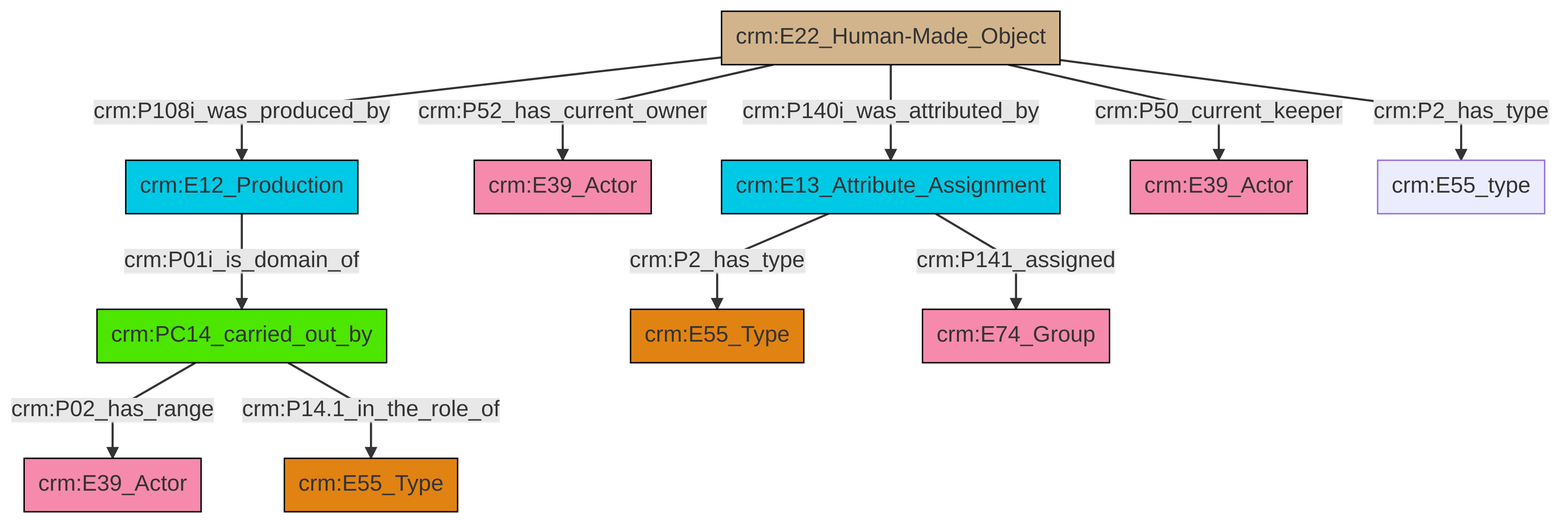
Above: et/artworkCSV/ttl/mmd/png/Artwork_Actor_Relations.png in swiss-art-research-net/docs.swissartresearch (Mermaid), before the change. Its source is kept beside it as et/artworkCSV/ttl/mmd/Artwork_Actor_Relations.ttl.mmd. The source it was exported from:
```mermaid
graph TD
classDef Literal fill:#f2f2f2,stroke:#000000;
classDef CRM_Entity fill:#FFFFFF,stroke:#000000;
classDef Temporal_Entity fill:#00C9E6, stroke:#000000;
classDef Type fill:#E18312, stroke:#000000;
classDef Time-Span fill:#2C9C91, stroke:#000000;
classDef Appellation fill:#FFEB7F, stroke:#000000;
classDef Place fill:#008836, stroke:#000000;
classDef Persistent_Item fill:#B266B2, stroke:#000000;
classDef Conceptual_Object fill:#FFD700, stroke:#000000;
classDef Physical_Thing fill:#D2B48C, stroke:#000000;
classDef Actor fill:#f58aad, stroke:#000000;
classDef PC_Classes fill:#4ce600, stroke:#000000;
classDef Multi fill:#cccccc,stroke:#000000;

6["crm:E22_Human-Made_Object"]:::Physical_Thing -->|crm:P52_has_current_owner| 4["crm:E39_Actor"]:::Actor
7["crm:PC14_carried_out_by"]:::PC_Classes -->|crm:P02_has_range| 8["crm:E39_Actor"]:::Actor
0["crm:E13_Attribute_Assignment"]:::Temporal_Entity -->|crm:P2_has_type| 13["crm:E55_Type"]:::Type
0["crm:E13_Attribute_Assignment"]:::Temporal_Entity -->|crm:P141_assigned| 15["crm:E74_Group"]:::Actor
9["crm:E12_Production"]:::Temporal_Entity -->|crm:P01i_is_domain_of| 7["crm:PC14_carried_out_by"]:::PC_Classes
6["crm:E22_Human-Made_Object"]:::Physical_Thing -->|crm:P2_has_type| 17["crm:E55_type"]:::Default
6["crm:E22_Human-Made_Object"]:::Physical_Thing -->|crm:P50_current_keeper| 11["crm:E39_Actor"]:::Actor
7["crm:PC14_carried_out_by"]:::PC_Classes -->|crm:P14.1_in_the_role_of| 2["crm:E55_Type"]:::Type
6["crm:E22_Human-Made_Object"]:::Physical_Thing -->|crm:P108i_was_produced_by| 9["crm:E12_Production"]:::Temporal_Entity
6["crm:E22_Human-Made_Object"]:::Physical_Thing -->|crm:P140i_was_attributed_by| 0["crm:E13_Attribute_Assignment"]:::Temporal_Entity
```
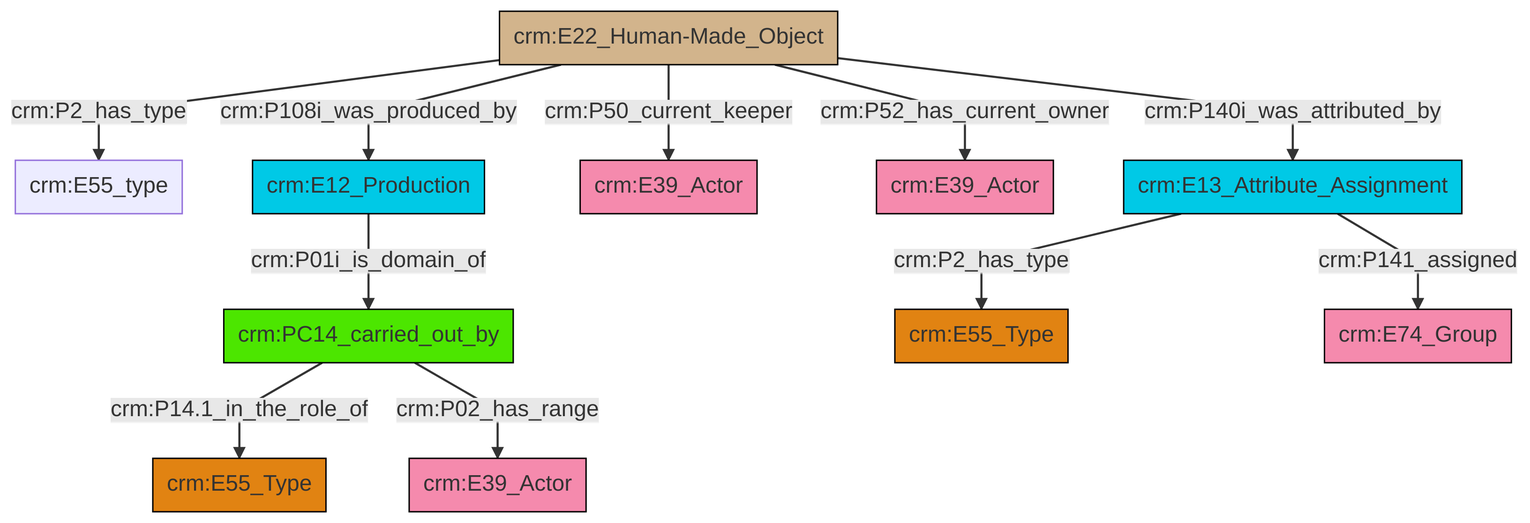
Later version of the same file.

The edit, as a diff of the source:
```diff
@@ -13,13 +13,13 @@
 classDef PC_Classes fill:#4ce600, stroke:#000000;
 classDef Multi fill:#cccccc,stroke:#000000;
 
-6["crm:E22_Human-Made_Object"]:::Physical_Thing -->|crm:P52_has_current_owner| 4["crm:E39_Actor"]:::Actor
-7["crm:PC14_carried_out_by"]:::PC_Classes -->|crm:P02_has_range| 8["crm:E39_Actor"]:::Actor
-0["crm:E13_Attribute_Assignment"]:::Temporal_Entity -->|crm:P2_has_type| 13["crm:E55_Type"]:::Type
-0["crm:E13_Attribute_Assignment"]:::Temporal_Entity -->|crm:P141_assigned| 15["crm:E74_Group"]:::Actor
-9["crm:E12_Production"]:::Temporal_Entity -->|crm:P01i_is_domain_of| 7["crm:PC14_carried_out_by"]:::PC_Classes
-6["crm:E22_Human-Made_Object"]:::Physical_Thing -->|crm:P2_has_type| 17["crm:E55_type"]:::Default
-6["crm:E22_Human-Made_Object"]:::Physical_Thing -->|crm:P50_current_keeper| 11["crm:E39_Actor"]:::Actor
-7["crm:PC14_carried_out_by"]:::PC_Classes -->|crm:P14.1_in_the_role_of| 2["crm:E55_Type"]:::Type
-6["crm:E22_Human-Made_Object"]:::Physical_Thing -->|crm:P108i_was_produced_by| 9["crm:E12_Production"]:::Temporal_Entity
-6["crm:E22_Human-Made_Object"]:::Physical_Thing -->|crm:P140i_was_attributed_by| 0["crm:E13_Attribute_Assignment"]:::Temporal_Entity
+2["crm:E22_Human-Made_Object"]:::Physical_Thing -->|crm:P2_has_type| 3["crm:E55_type"]:::Default
+4["crm:E13_Attribute_Assignment"]:::Temporal_Entity -->|crm:P2_has_type| 5["crm:E55_Type"]:::Type
+2["crm:E22_Human-Made_Object"]:::Physical_Thing -->|crm:P108i_was_produced_by| 7["crm:E12_Production"]:::Temporal_Entity
+8["crm:PC14_carried_out_by"]:::PC_Classes -->|crm:P14.1_in_the_role_of| 9["crm:E55_Type"]:::Type
+2["crm:E22_Human-Made_Object"]:::Physical_Thing -->|crm:P50_current_keeper| 10["crm:E39_Actor"]:::Actor
+2["crm:E22_Human-Made_Object"]:::Physical_Thing -->|crm:P52_has_current_owner| 0["crm:E39_Actor"]:::Actor
+8["crm:PC14_carried_out_by"]:::PC_Classes -->|crm:P02_has_range| 15["crm:E39_Actor"]:::Actor
+4["crm:E13_Attribute_Assignment"]:::Temporal_Entity -->|crm:P141_assigned| 18["crm:E74_Group"]:::Actor
+2["crm:E22_Human-Made_Object"]:::Physical_Thing -->|crm:P140i_was_attributed_by| 4["crm:E13_Attribute_Assignment"]:::Temporal_Entity
+7["crm:E12_Production"]:::Temporal_Entity -->|crm:P01i_is_domain_of| 8["crm:PC14_carried_out_by"]:::PC_Classes
```
